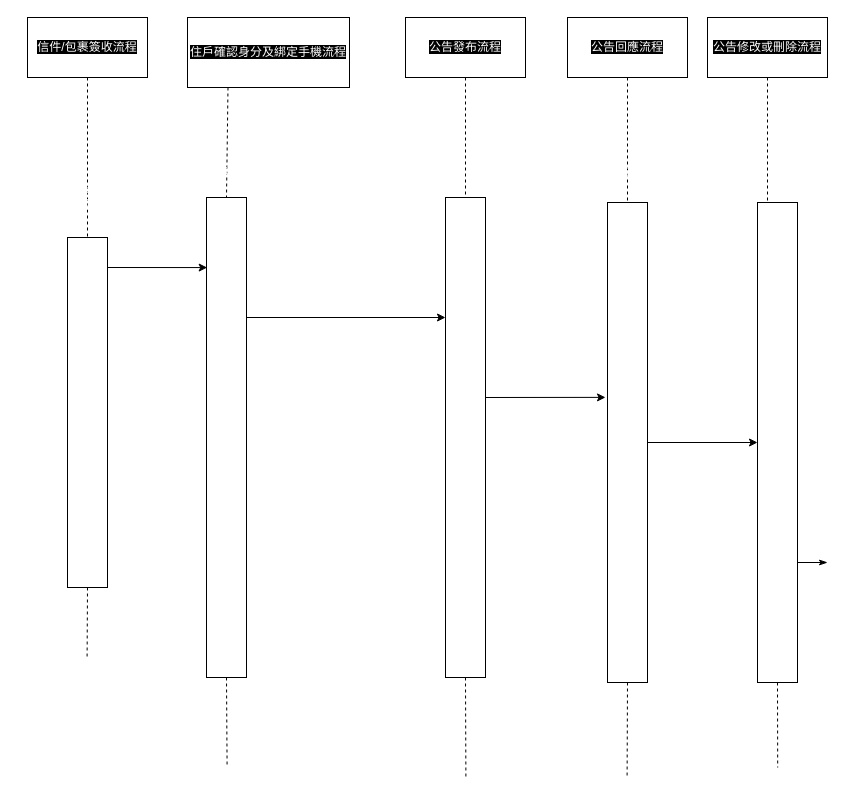
Kun9966/112-2HW4 keeps this draw.io diagram as page "第2頁" (2 of 2) of answer.drawio. Above is the earlier version. Source tidied: cells renumbered, new cells numbered last; positions are measured from the earlier drawing's top-left corner, leaving out a move shared by most shapes. Both pictures are drawn from the tidied source at 100%, with x=0, y=0 at pixel (17, 17).
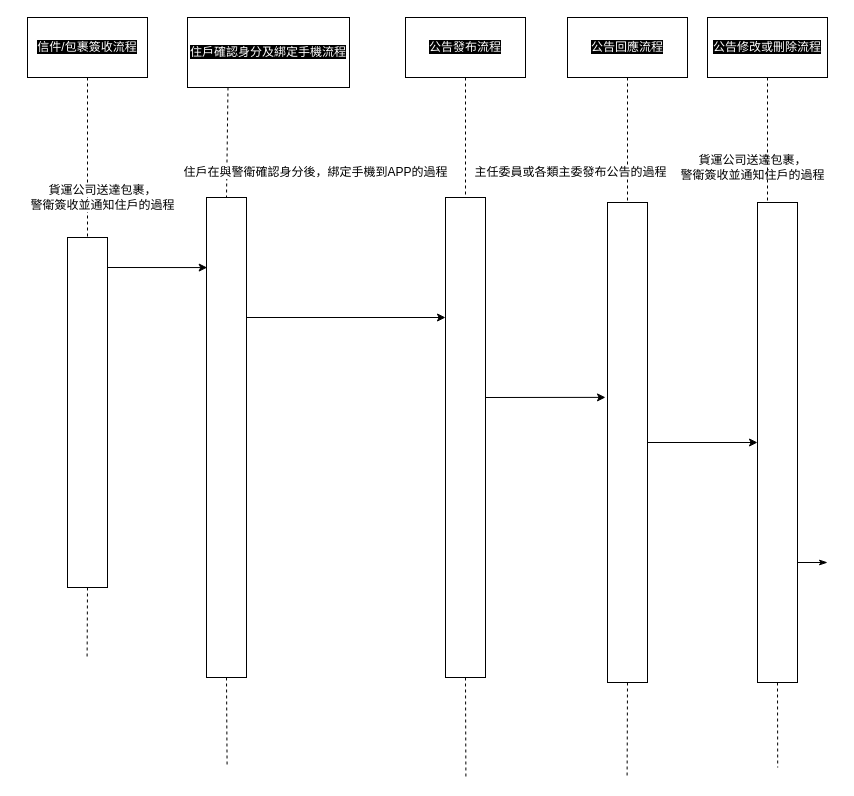
The same page after the edit.

Change to the diagram source:
```diff
@@
-    <mxCell id="19" value="&lt;font style=&quot;font-size: 12px;&quot;&gt;住戶在與警衛確認身分後，綁定手機到APP的過程&lt;/font&gt;" style="text;html=1;align=center;verticalAlign=middle;strokeColor=none;fillColor=none;fontColor=#FFFFFF;" parent="1" vertex="1">
+    <mxCell id="19" value="&lt;font color=&quot;#000000&quot; style=&quot;font-size: 12px; background-color: rgb(255, 255, 255);&quot;&gt;住戶在與警衛確認身分後，綁定手機到APP的過程&lt;/font&gt;" style="text;html=1;align=center;verticalAlign=middle;strokeColor=none;fillColor=none;fontColor=#FFFFFF;" parent="1" vertex="1">
       <mxGeometry x="153" y="140" width="290" height="30" as="geometry" />
     </mxCell>
-    <mxCell id="20" value="主任委員或各類主委發布公告的過程" style="text;html=1;align=center;verticalAlign=middle;strokeColor=none;fillColor=none;fontColor=#FFFFFF;" parent="1" vertex="1">
+    <mxCell id="20" value="&lt;font style=&quot;background-color: rgb(255, 255, 255);&quot; color=&quot;#000000&quot;&gt;主任委員或各類主委發布公告的過程&lt;/font&gt;" style="text;html=1;align=center;verticalAlign=middle;strokeColor=none;fillColor=none;fontColor=#FFFFFF;" parent="1" vertex="1">
       <mxGeometry x="443" y="140" width="220" height="30" as="geometry" />
     </mxCell>
-    <mxCell id="21" value="貨運公司送達包裹，&lt;br&gt;警衛簽收並通知住戶的過程" style="text;html=1;align=center;verticalAlign=middle;strokeColor=none;fillColor=none;fontColor=#FFFFFF;" parent="1" vertex="1">
+    <mxCell id="21" value="&lt;font style=&quot;background-color: rgb(255, 255, 255);&quot; color=&quot;#000000&quot;&gt;貨運公司送達包裹，&lt;br&gt;警衛簽收並通知住戶的過程&lt;/font&gt;" style="text;html=1;align=center;verticalAlign=middle;strokeColor=none;fillColor=none;fontColor=#FFFFFF;" parent="1" vertex="1">
       <mxGeometry x="650" y="130" width="170" height="40" as="geometry" />
     </mxCell>
@@
-    <mxCell id="30" value="貨運公司送達包裹，&lt;br&gt;警衛簽收並通知住戶的過程" style="text;html=1;align=center;verticalAlign=middle;strokeColor=none;fillColor=none;fontColor=#FFFFFF;" parent="1" vertex="1">
+    <mxCell id="30" value="&lt;font style=&quot;background-color: rgb(255, 255, 255);&quot; color=&quot;#000000&quot;&gt;貨運公司送達包裹，&lt;br&gt;警衛簽收並通知住戶的過程&lt;/font&gt;" style="text;html=1;align=center;verticalAlign=middle;strokeColor=none;fillColor=none;fontColor=#FFFFFF;" parent="1" vertex="1">
       <mxGeometry y="160" width="170" height="40" as="geometry" />
     </mxCell>
```
